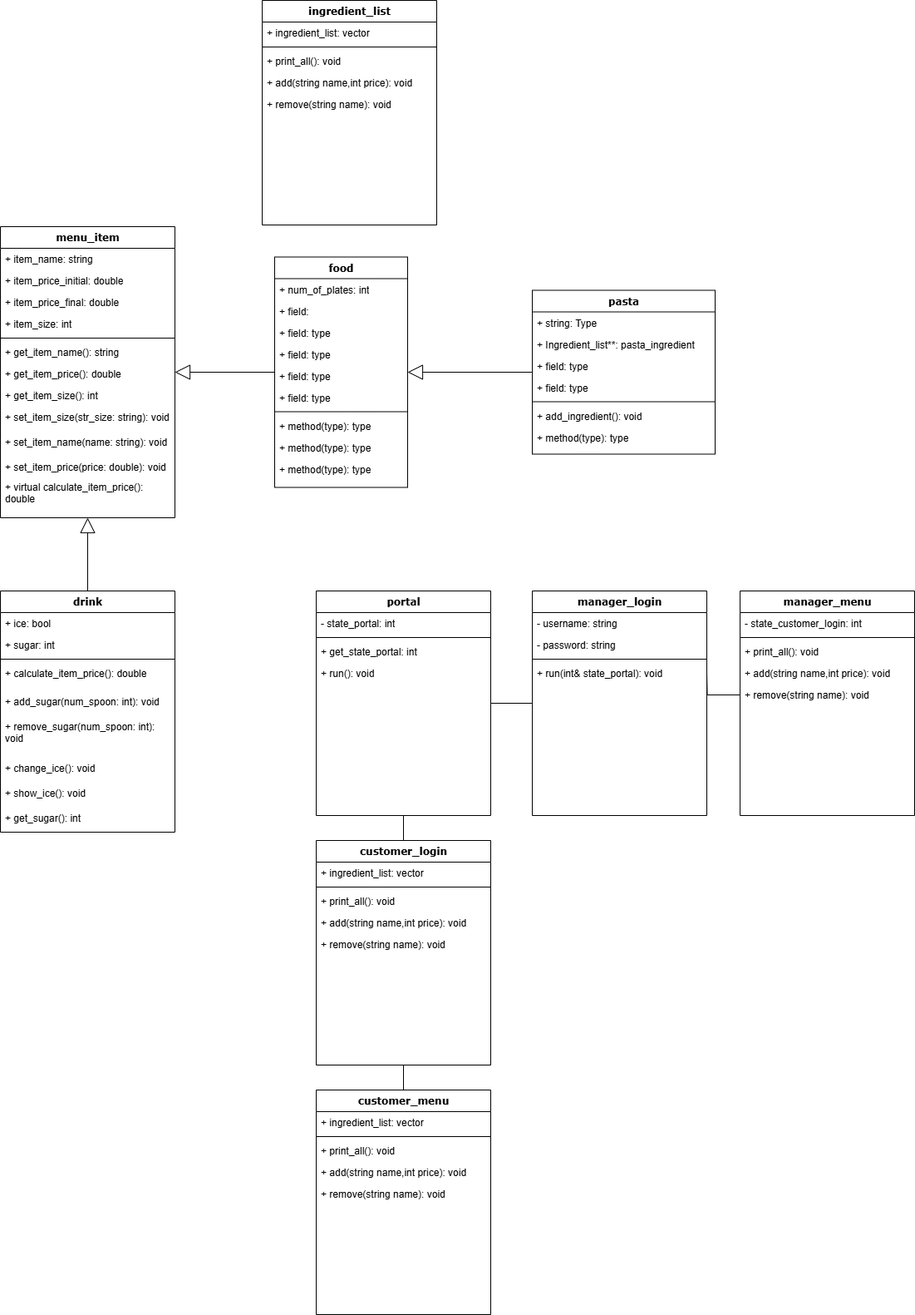
SohamA12345/Project keeps this draw.io diagram as UML.png. Above is the earlier version. Source tidied: cells renumbered, new cells last; positions are measured from the earlier drawing's top-left corner, leaving out a move shared by most shapes.
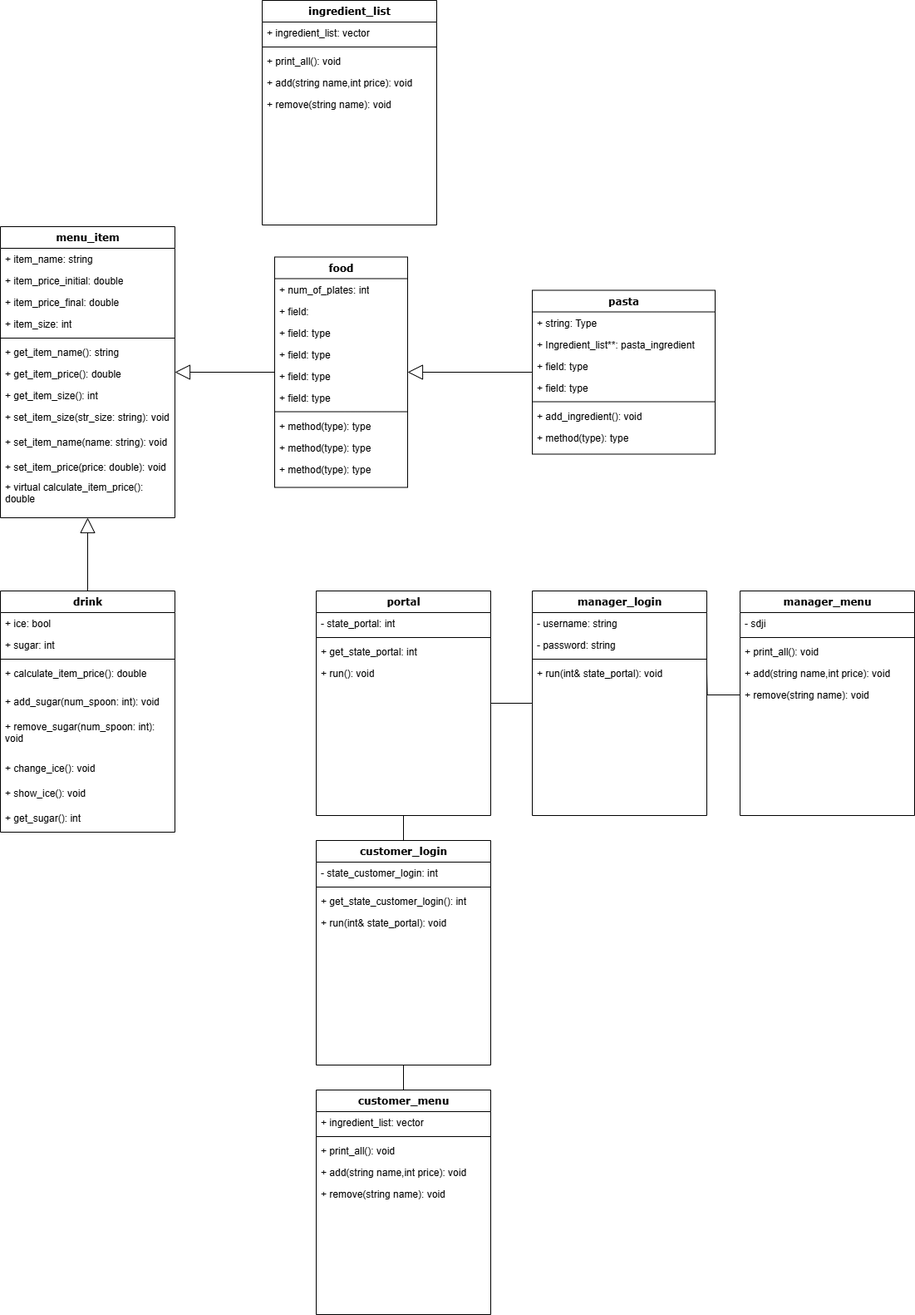
Later version of the same file.

The edit, as a diff of the source:
```diff
@@ -194,7 +194,7 @@
     <mxCell id="65" value="manager_menu" style="swimlane;html=1;fontStyle=1;align=center;verticalAlign=top;horizontal=1;startSize=26;swimlaneFillColor=#ffffff;rounded=0;shadow=0;comic=0;labelBackgroundColor=none;strokeWidth=1;fillColor=none;fontFamily=Verdana;fontSize=12;" parent="1" vertex="1">
       <mxGeometry x="890" y="710" width="210" height="270" as="geometry" />
     </mxCell>
-    <mxCell id="66" value="- state_customer_login: int" style="text;html=1;strokeColor=none;fillColor=none;align=left;verticalAlign=top;spacingLeft=4;spacingRight=4;whiteSpace=wrap;overflow=hidden;" parent="65" vertex="1">
+    <mxCell id="66" value="- sdji" style="text;html=1;strokeColor=none;fillColor=none;align=left;verticalAlign=top;spacingLeft=4;spacingRight=4;whiteSpace=wrap;overflow=hidden;" parent="65" vertex="1">
       <mxGeometry y="26" width="210" height="26" as="geometry" />
     </mxCell>
     <mxCell id="67" style="line;html=1;strokeWidth=1;fillColor=none;align=left;verticalAlign=middle;spacingTop=-1;spacingLeft=3;spacingRight=3;labelPosition=right;" parent="65" vertex="1">
@@ -236,21 +236,18 @@
     <mxCell id="79" value="customer_login" style="swimlane;html=1;fontStyle=1;align=center;verticalAlign=top;horizontal=1;startSize=26;swimlaneFillColor=#ffffff;rounded=0;shadow=0;comic=0;labelBackgroundColor=none;strokeWidth=1;fillColor=none;fontFamily=Verdana;fontSize=12;" parent="1" vertex="1">
       <mxGeometry x="380" y="1010" width="210" height="270" as="geometry" />
     </mxCell>
-    <mxCell id="80" value="+ ingredient_list: vector" style="text;html=1;strokeColor=none;fillColor=none;align=left;verticalAlign=top;spacingLeft=4;spacingRight=4;whiteSpace=wrap;overflow=hidden;" parent="79" vertex="1">
+    <mxCell id="80" value="- state_customer_login: int" style="text;html=1;strokeColor=none;fillColor=none;align=left;verticalAlign=top;spacingLeft=4;spacingRight=4;whiteSpace=wrap;overflow=hidden;" parent="79" vertex="1">
       <mxGeometry y="26" width="210" height="26" as="geometry" />
     </mxCell>
     <mxCell id="81" style="line;html=1;strokeWidth=1;fillColor=none;align=left;verticalAlign=middle;spacingTop=-1;spacingLeft=3;spacingRight=3;labelPosition=right;" parent="79" vertex="1">
       <mxGeometry y="52" width="210" height="8" as="geometry" />
     </mxCell>
-    <mxCell id="82" value="+ print_all(): void" style="text;html=1;strokeColor=none;fillColor=none;align=left;verticalAlign=top;spacingLeft=4;spacingRight=4;whiteSpace=wrap;overflow=hidden;" parent="79" vertex="1">
+    <mxCell id="82" value="+ get_state_customer_login(): int" style="text;html=1;strokeColor=none;fillColor=none;align=left;verticalAlign=top;spacingLeft=4;spacingRight=4;whiteSpace=wrap;overflow=hidden;" parent="79" vertex="1">
       <mxGeometry y="60" width="210" height="26" as="geometry" />
     </mxCell>
-    <mxCell id="83" value="+ add(string name,int price): void" style="text;html=1;strokeColor=none;fillColor=none;align=left;verticalAlign=top;spacingLeft=4;spacingRight=4;whiteSpace=wrap;overflow=hidden;" parent="79" vertex="1">
+    <mxCell id="83" value="+ run(int&amp;amp; state_portal): void" style="text;html=1;strokeColor=none;fillColor=none;align=left;verticalAlign=top;spacingLeft=4;spacingRight=4;whiteSpace=wrap;overflow=hidden;" parent="79" vertex="1">
       <mxGeometry y="86" width="210" height="26" as="geometry" />
     </mxCell>
-    <mxCell id="84" value="+ remove(string name): void" style="text;html=1;strokeColor=none;fillColor=none;align=left;verticalAlign=top;spacingLeft=4;spacingRight=4;whiteSpace=wrap;overflow=hidden;" parent="79" vertex="1">
-      <mxGeometry y="112" width="210" height="26" as="geometry" />
-    </mxCell>
     <mxCell id="85" style="edgeStyle=orthogonalEdgeStyle;rounded=0;jettySize=auto;html=1;exitX=1;exitY=0.5;exitDx=0;exitDy=0;entryX=0;entryY=0.5;entryDx=0;entryDy=0;endArrow=none;endFill=0;" parent="1" edge="1" target="70">
       <mxGeometry relative="1" as="geometry">
         <mxPoint x="850" y="809" as="sourcePoint" />
```
